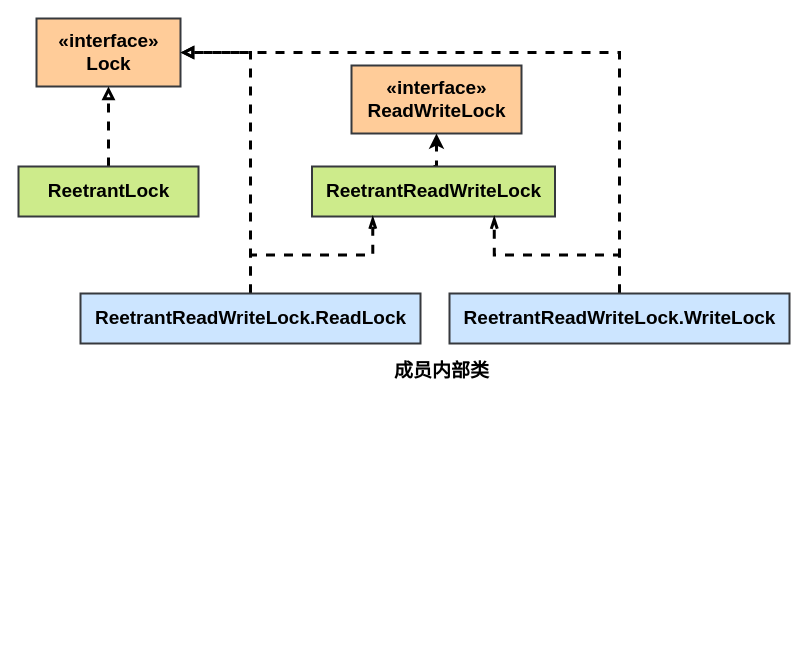
Earlier version of the draw.io diagram A Java/架构图/显式锁.drawio (luckendeavor/ShiftJava). Source tidied: cells renumbered, new cells numbered last; positions are measured from the earlier drawing's top-left corner, leaving out a move shared by most shapes. Both pictures are drawn from the tidied source at 100%, with x=0, y=0 at pixel (18, 18).
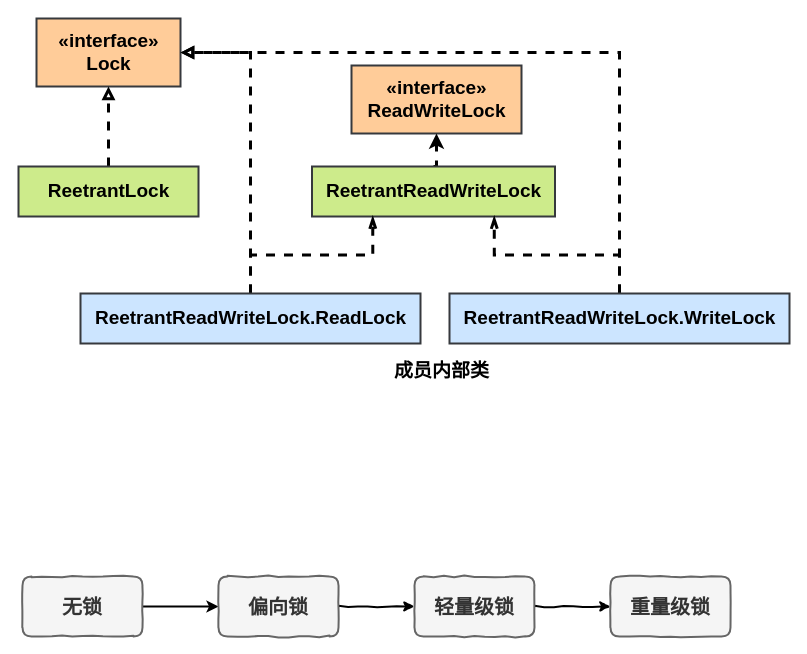
Above is the later version.

Diff of the diagram source:
```diff
@@
+    <mxCell id="15" style="edgeStyle=none;rounded=0;comic=0;jettySize=auto;html=1;exitX=1;exitY=0.5;exitDx=0;exitDy=0;entryX=0;entryY=0.5;entryDx=0;entryDy=0;strokeWidth=2;fontSize=20;" parent="1" edge="1" source="16" target="18">
+      <mxGeometry relative="1" as="geometry" />
+    </mxCell>
+    <mxCell id="16" value="无锁" style="rounded=1;whiteSpace=wrap;html=1;comic=1;strokeWidth=2;fontSize=20;fillColor=#f5f5f5;strokeColor=#666666;fontColor=#333333;fontStyle=1;" parent="1" vertex="1">
+      <mxGeometry x="4" y="558" width="120" height="60" as="geometry" />
+    </mxCell>
+    <mxCell id="17" style="edgeStyle=none;rounded=0;comic=1;jettySize=auto;html=1;exitX=1;exitY=0.5;exitDx=0;exitDy=0;entryX=0;entryY=0.5;entryDx=0;entryDy=0;strokeWidth=2;fontSize=20;" parent="1" edge="1" source="18" target="20">
+      <mxGeometry relative="1" as="geometry" />
+    </mxCell>
+    <mxCell id="18" value="偏向锁" style="rounded=1;whiteSpace=wrap;html=1;comic=1;strokeWidth=2;fontSize=20;fillColor=#f5f5f5;strokeColor=#666666;fontColor=#333333;fontStyle=1;" parent="1" vertex="1">
+      <mxGeometry x="200" y="558" width="120" height="60" as="geometry" />
+    </mxCell>
+    <mxCell id="19" style="edgeStyle=none;rounded=0;comic=1;jettySize=auto;html=1;strokeWidth=2;fontSize=20;" parent="1" edge="1" source="20" target="21">
+      <mxGeometry relative="1" as="geometry" />
+    </mxCell>
+    <mxCell id="20" value="轻量级锁" style="rounded=1;whiteSpace=wrap;html=1;comic=1;strokeWidth=2;fontSize=20;fillColor=#f5f5f5;strokeColor=#666666;fontColor=#333333;fontStyle=1;" parent="1" vertex="1">
+      <mxGeometry x="396" y="558" width="120" height="60" as="geometry" />
+    </mxCell>
+    <mxCell id="21" value="重量级锁" style="rounded=1;whiteSpace=wrap;html=1;comic=1;strokeWidth=2;fontSize=20;fillColor=#f5f5f5;strokeColor=#666666;fontColor=#333333;fontStyle=1;" parent="1" vertex="1">
+      <mxGeometry x="592" y="558" width="120" height="60" as="geometry" />
+    </mxCell>
```
